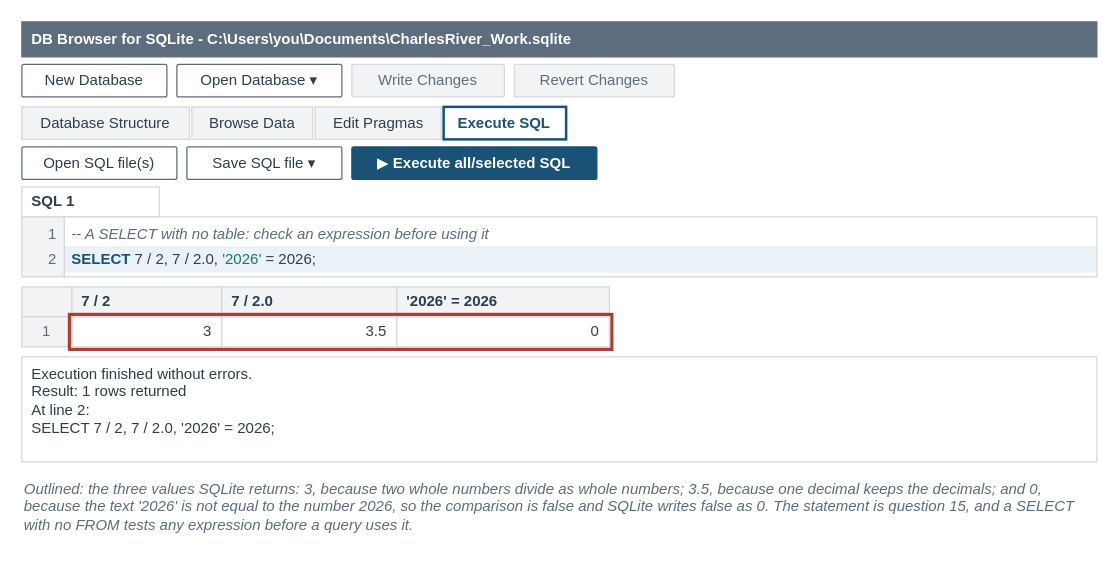
mmcodesso/Accounting_Analytics_Book keeps this draw.io diagram as facts/instructor/figures/chapter-09-sql-essentials/IF-09-0-B.drawio. Above is the earlier version. Source tidied: cells renumbered, new cells numbered last; positions are measured from the earlier drawing's top-left corner, leaving out a move shared by most shapes. Both pictures are drawn from the tidied source at 125%, with x=0, y=0 at pixel (21, 21).
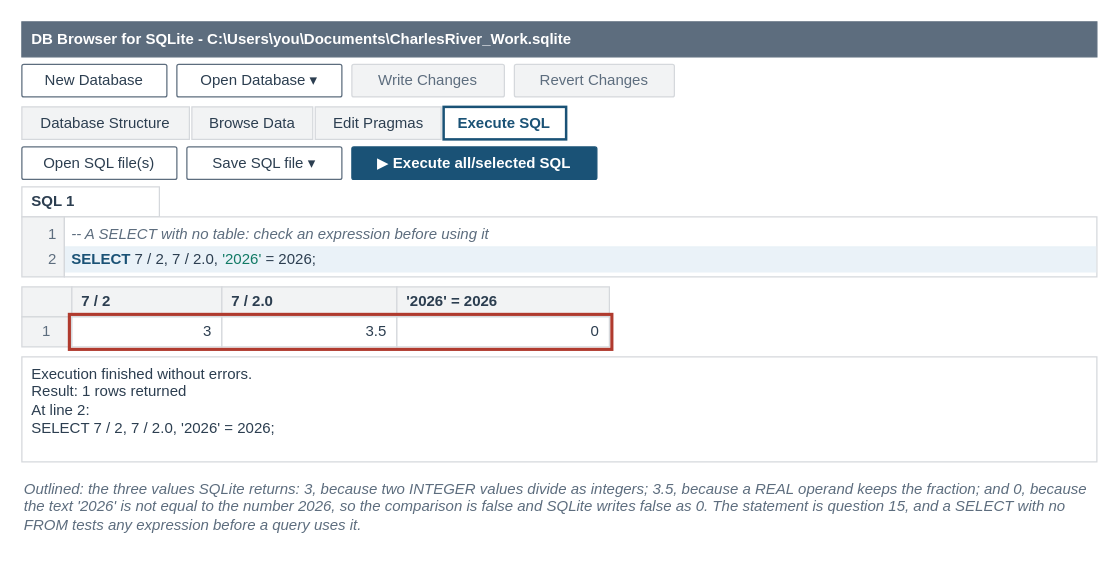
The same diagram, later.

The edit, as a diff of the source:
```diff
@@
-    <mxCell id="32" value="&lt;i&gt;Outlined: the three values SQLite returns: 3, because two whole numbers divide as whole numbers; 3.5, because one decimal keeps the decimals; and 0, because the text '2026' is not equal to the number 2026, so the comparison is false and SQLite writes false as 0. The statement is question 15, and a SELECT with no FROM tests any expression before a query uses it.&lt;/i&gt;" style="text;html=1;whiteSpace=wrap;align=left;verticalAlign=top;fontSize=12;fontColor=#5D6D7E;fontStyle=0;fontFamily=Helvetica;spacing=2;fillColor=none;strokeColor=none;" parent="1" vertex="1">
+    <mxCell id="32" value="&lt;i&gt;Outlined: the three values SQLite returns: 3, because two INTEGER values divide as integers; 3.5, because a REAL operand keeps the fraction; and 0, because the text '2026' is not equal to the number 2026, so the comparison is false and SQLite writes false as 0. The statement is question 15, and a SELECT with no FROM tests any expression before a query uses it.&lt;/i&gt;" style="text;html=1;whiteSpace=wrap;align=left;verticalAlign=top;fontSize=12;fontColor=#5D6D7E;fontStyle=0;fontFamily=Helvetica;spacing=2;fillColor=none;strokeColor=none;" parent="1" vertex="1">
       <mxGeometry y="360" width="860" height="57" as="geometry" />
     </mxCell>
```
